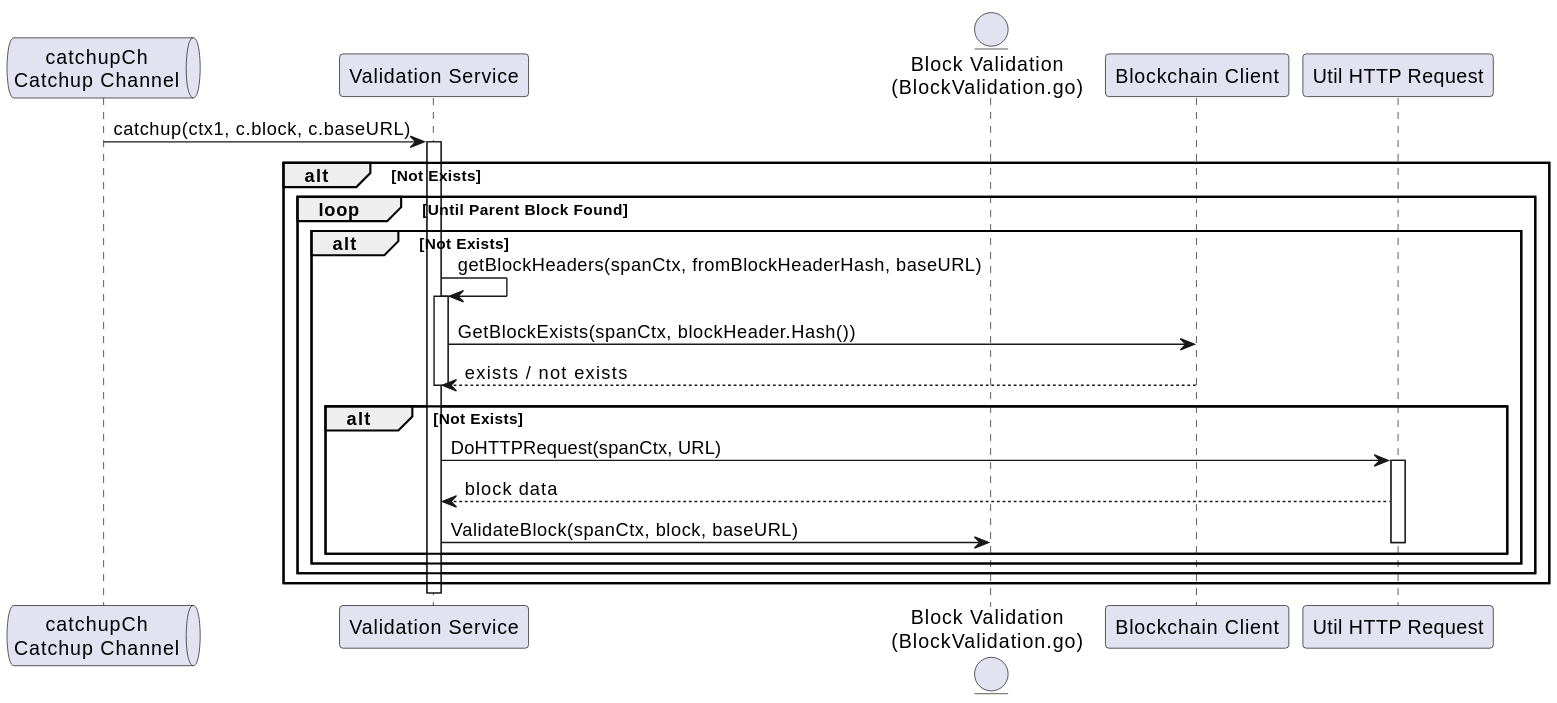
freemans13/teranode keeps this PlantUML diagram as docs/services/img/plantuml/blockvalidation/block_validation_p2p_block_catchup.svg. Above is the earlier version. Its source is kept beside it as docs/services/img/plantuml/blockvalidation/block_validation_p2p_block_catchup.puml.
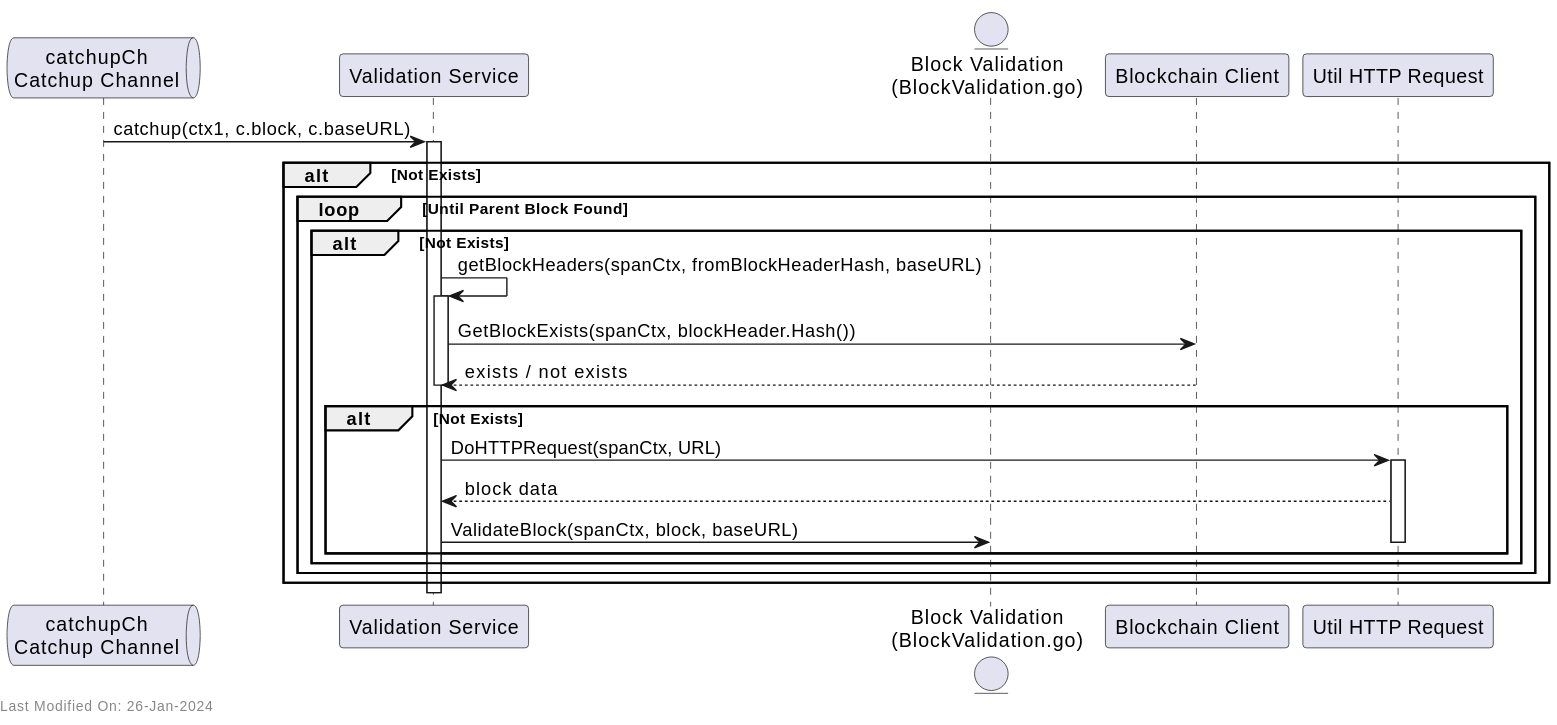
After the change.

Change to the diagram source:
```diff
@@ -34,4 +34,6 @@
 
 deactivate ValidationService
 
+left footer Last Modified On: 26-Jan-2024
+
 @enduml
```
